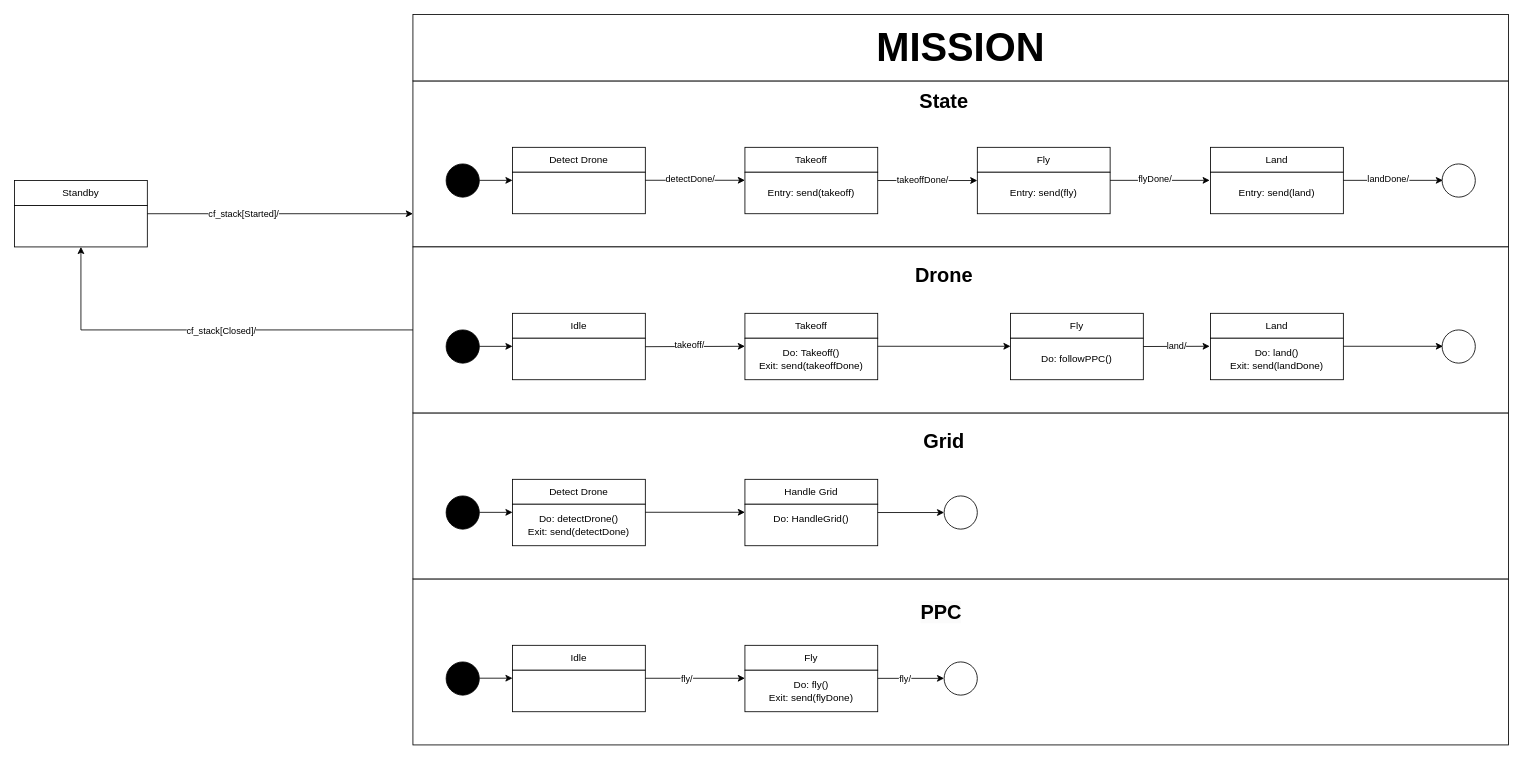
Oszimilian/cf_stack keeps this draw.io diagram as Statechart.drawio. Above is the earlier version. Source tidied: cells renumbered, new cells numbered last; positions are measured from the earlier drawing's top-left corner, leaving out a move shared by most shapes. Both pictures are drawn from the tidied source at 83%, with x=0, y=0 at pixel (14, 14).
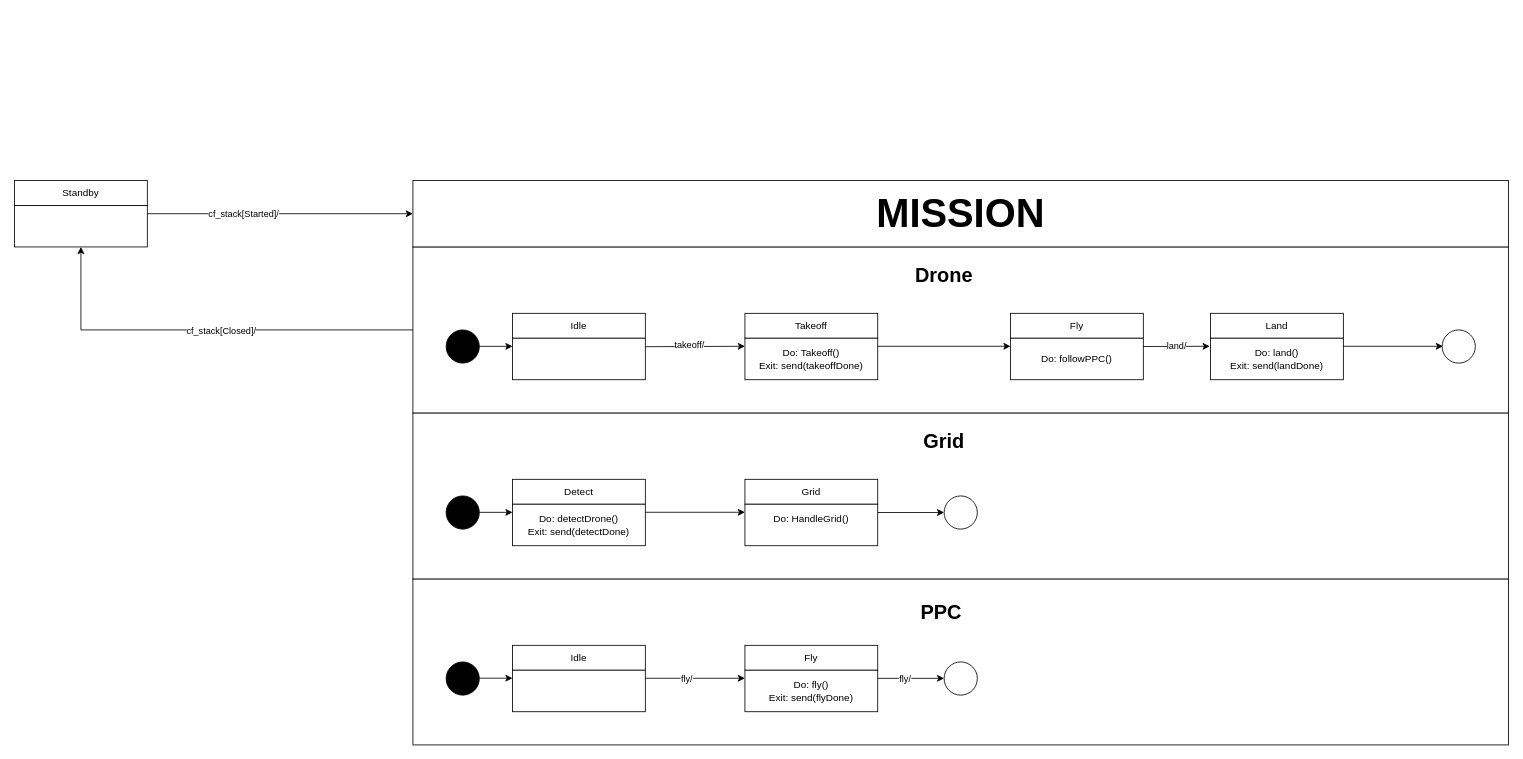
The same diagram, later.

The change refers to these unchanged cells:
```xml
<mxCell id="54" style="group;" parent="1" vertex="1">
  <mxGeometry x="600" y="560" width="160" height="80" as="geometry" />
</mxCell>
<mxCell id="58" style="group;" parent="1" vertex="1">
  <mxGeometry x="880" y="560" width="160" height="80" as="geometry" />
</mxCell>
```

What changed in the source:
```diff
@@
-    <mxCell id="4" style="rounded=0;whiteSpace=wrap;html=1;" parent="1" vertex="1">
-      <mxGeometry x="480" y="80" width="1320" height="200" as="geometry" />
-    </mxCell>
-    <mxCell id="5" style="group;" parent="1" vertex="1">
-      <mxGeometry x="600" y="160" width="160" height="80" as="geometry" />
-    </mxCell>
-    <mxCell id="6" value="Detect Drone" style="rounded=0;whiteSpace=wrap;html=1;" parent="5" vertex="1">
-      <mxGeometry width="160" height="30" as="geometry" />
-    </mxCell>
-    <mxCell id="7" style="rounded=0;whiteSpace=wrap;html=1;" parent="5" vertex="1">
-      <mxGeometry y="30" width="160" height="50" as="geometry" />
-    </mxCell>
-    <mxCell id="8" style="group;" parent="1" vertex="1">
-      <mxGeometry x="880" y="160" width="160" height="80" as="geometry" />
-    </mxCell>
-    <mxCell id="9" value="Takeoff" style="rounded=0;whiteSpace=wrap;html=1;" parent="8" vertex="1">
-      <mxGeometry width="160" height="30" as="geometry" />
-    </mxCell>
-    <mxCell id="10" value="Entry: send(takeoff)" style="rounded=0;whiteSpace=wrap;html=1;" parent="8" vertex="1">
-      <mxGeometry y="30" width="160" height="50" as="geometry" />
-    </mxCell>
-    <mxCell id="11" style="endArrow=classic;html=1;rounded=0;exitX=1;exitY=0.25;exitDx=0;exitDy=0;entryX=0;entryY=0.25;entryDx=0;entryDy=0;" parent="1" edge="1">
-      <mxGeometry relative="1" as="geometry">
-        <mxPoint x="760" y="199.7" as="sourcePoint" />
-        <mxPoint x="880" y="199.7" as="targetPoint" />
-      </mxGeometry>
-    </mxCell>
-    <mxCell id="12" value="detectDone/" style="edgeLabel;html=1;align=center;verticalAlign=middle;" parent="11" vertex="1">
-      <mxGeometry x="-0.12" y="2" relative="1" as="geometry" />
-    </mxCell>
-    <mxCell id="13" style="group;" parent="1" vertex="1">
-      <mxGeometry x="1160" y="160" width="160" height="80" as="geometry" />
-    </mxCell>
-    <mxCell id="14" value="Fly" style="rounded=0;whiteSpace=wrap;html=1;" parent="13" vertex="1">
-      <mxGeometry width="160" height="30" as="geometry" />
-    </mxCell>
-    <mxCell id="15" value="Entry: send(fly)" style="rounded=0;whiteSpace=wrap;html=1;" parent="13" vertex="1">
-      <mxGeometry y="30" width="160" height="50" as="geometry" />
-    </mxCell>
-    <mxCell id="16" style="endArrow=classic;html=1;rounded=0;exitX=1;exitY=0.25;exitDx=0;exitDy=0;entryX=0;entryY=0.25;entryDx=0;entryDy=0;" parent="1" edge="1">
-      <mxGeometry relative="1" as="geometry">
-        <mxPoint x="1040" y="200" as="sourcePoint" />
-        <mxPoint x="1160" y="200" as="targetPoint" />
-      </mxGeometry>
-    </mxCell>
-    <mxCell id="17" value="takeoffDone/" style="edgeLabel;html=1;align=center;verticalAlign=middle;" parent="16" vertex="1">
-      <mxGeometry x="-0.12" y="2" relative="1" as="geometry" />
-    </mxCell>
-    <mxCell id="18" style="group;" parent="1" vertex="1">
-      <mxGeometry x="1441" y="160" width="160" height="80" as="geometry" />
-    </mxCell>
-    <mxCell id="19" value="Land" style="rounded=0;whiteSpace=wrap;html=1;" parent="18" vertex="1">
-      <mxGeometry width="160" height="30" as="geometry" />
-    </mxCell>
-    <mxCell id="20" value="Entry: send(land)" style="rounded=0;whiteSpace=wrap;html=1;" parent="18" vertex="1">
-      <mxGeometry y="30" width="160" height="50" as="geometry" />
-    </mxCell>
-    <mxCell id="21" style="endArrow=classic;html=1;rounded=0;exitX=1;exitY=0.25;exitDx=0;exitDy=0;entryX=0;entryY=0.25;entryDx=0;entryDy=0;" parent="1" edge="1">
-      <mxGeometry relative="1" as="geometry">
-        <mxPoint x="1320" y="199.8" as="sourcePoint" />
-        <mxPoint x="1440" y="199.8" as="targetPoint" />
-      </mxGeometry>
-    </mxCell>
-    <mxCell id="22" value="flyDone/" style="edgeLabel;html=1;align=center;verticalAlign=middle;" parent="21" vertex="1">
-      <mxGeometry x="-0.12" y="2" relative="1" as="geometry" />
-    </mxCell>
-    <mxCell id="23" style="ellipse;whiteSpace=wrap;html=1;" parent="1" vertex="1">
-      <mxGeometry x="1720" y="180" width="40" height="40" as="geometry" />
-    </mxCell>
-    <mxCell id="24" style="endArrow=classic;html=1;rounded=0;exitX=1;exitY=0.25;exitDx=0;exitDy=0;entryX=0;entryY=0.25;entryDx=0;entryDy=0;" parent="1" edge="1">
-      <mxGeometry relative="1" as="geometry">
-        <mxPoint x="1601" y="199.8" as="sourcePoint" />
-        <mxPoint x="1721" y="199.8" as="targetPoint" />
-      </mxGeometry>
-    </mxCell>
-    <mxCell id="25" value="landDone/" style="edgeLabel;html=1;align=center;verticalAlign=middle;" parent="24" vertex="1">
-      <mxGeometry x="-0.12" y="2" relative="1" as="geometry" />
-    </mxCell>
-    <mxCell id="26" style="ellipse;whiteSpace=wrap;html=1;fillColor=#000000;" parent="1" vertex="1">
-      <mxGeometry x="520" y="180" width="40" height="40" as="geometry" />
-    </mxCell>
-    <mxCell id="27" style="endArrow=classic;html=1;rounded=0;" parent="1" edge="1">
-      <mxGeometry relative="1" as="geometry">
-        <mxPoint x="560" y="199.8" as="sourcePoint" />
-        <mxPoint x="600" y="199.8" as="targetPoint" />
-      </mxGeometry>
-    </mxCell>
-    <mxCell id="28" value="&lt;b&gt;&lt;font style=&quot;font-size: 24px;&quot;&gt;State&lt;/font&gt;&lt;/b&gt;" style="text;html=1;align=center;verticalAlign=middle;whiteSpace=wrap;rounded=0;" parent="1" vertex="1">
-      <mxGeometry x="1090" y="90" width="60" height="30" as="geometry" />
-    </mxCell>
@@
-    <mxCell id="55" value="Detect Drone" style="rounded=0;whiteSpace=wrap;html=1;" parent="54" vertex="1">
+    <mxCell id="55" value="Detect" style="rounded=0;whiteSpace=wrap;html=1;" parent="54" vertex="1">
       <mxGeometry width="160" height="30" as="geometry" />
     </mxCell>
@@
-    <mxCell id="59" value="Handle Grid" style="rounded=0;whiteSpace=wrap;html=1;" parent="58" vertex="1">
+    <mxCell id="59" value="Grid" style="rounded=0;whiteSpace=wrap;html=1;" parent="58" vertex="1">
       <mxGeometry width="160" height="30" as="geometry" />
     </mxCell>
@@
     <mxCell id="78" value="&lt;font style=&quot;font-size: 48px;&quot;&gt;&lt;b&gt;MISSION&lt;/b&gt;&lt;/font&gt;" style="rounded=0;whiteSpace=wrap;html=1;" parent="1" vertex="1">
-      <mxGeometry x="480" width="1320" height="80" as="geometry" />
+      <mxGeometry x="480" y="200" width="1320" height="80" as="geometry" />
     </mxCell>
```
